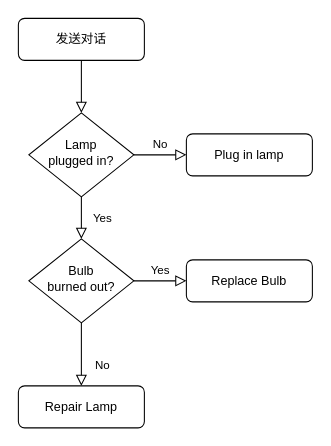
Earlier version of the draw.io diagram 未命名绘图.drawio (Jiiiin/Blog). Source tidied: cells renumbered, new cells numbered last; positions are measured from the earlier drawing's top-left corner, leaving out a move shared by most shapes. Both pictures are drawn from the tidied source at 105%, with x=0, y=0 at pixel (18, 18).
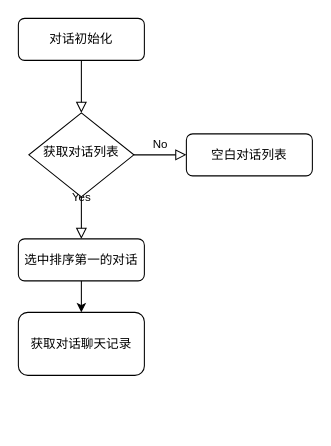
The same page after the edit.

The edit, as a diff of the source:
```diff
@@
 <mxGraphModel>
   <root>
     <mxCell id="0" />
     <mxCell id="1" parent="0" />
     <mxCell id="2" style="rounded=0;html=1;jettySize=auto;fontSize=11;endArrow=block;endFill=0;endSize=8;strokeWidth=1;shadow=0;labelBackgroundColor=none;edgeStyle=orthogonalEdgeStyle;" parent="1" edge="1" source="3" target="6">
       <mxGeometry relative="1" as="geometry" />
     </mxCell>
-    <mxCell id="3" value="发送对话" style="rounded=1;whiteSpace=wrap;html=1;fontSize=12;glass=0;strokeWidth=1;shadow=0;" parent="1" vertex="1">
+    <mxCell id="3" value="对话初始化" style="rounded=1;whiteSpace=wrap;html=1;fontSize=12;glass=0;strokeWidth=1;shadow=0;" parent="1" vertex="1">
       <mxGeometry width="120" height="40" as="geometry" />
     </mxCell>
-    <mxCell id="4" value="Yes" style="rounded=0;html=1;jettySize=auto;fontSize=11;endArrow=block;endFill=0;endSize=8;strokeWidth=1;shadow=0;labelBackgroundColor=none;edgeStyle=orthogonalEdgeStyle;" parent="1" edge="1" source="6" target="10">
-      <mxGeometry y="20" relative="1" as="geometry" />
+    <mxCell id="4" value="Yes" style="rounded=0;html=1;jettySize=auto;fontSize=11;endArrow=block;endFill=0;endSize=8;strokeWidth=1;shadow=0;labelBackgroundColor=none;edgeStyle=orthogonalEdgeStyle;" parent="1" edge="1" source="6">
+      <mxGeometry y="20" relative="1" as="geometry">
+        <mxPoint x="60" y="210" as="targetPoint" />
+      </mxGeometry>
     </mxCell>
     <mxCell id="5" value="No" style="edgeStyle=orthogonalEdgeStyle;rounded=0;html=1;jettySize=auto;fontSize=11;endArrow=block;endFill=0;endSize=8;strokeWidth=1;shadow=0;labelBackgroundColor=none;" parent="1" edge="1" source="6" target="7">
       <mxGeometry y="10" relative="1" as="geometry" />
     </mxCell>
-    <mxCell id="6" value="Lamp&lt;br&gt;plugged in?" style="rhombus;whiteSpace=wrap;html=1;shadow=0;fontFamily=Helvetica;fontSize=12;align=center;strokeWidth=1;spacing=6;spacingTop=-4;" parent="1" vertex="1">
+    <mxCell id="6" value="获取对话列表" style="rhombus;whiteSpace=wrap;html=1;shadow=0;fontFamily=Helvetica;fontSize=12;align=center;strokeWidth=1;spacing=6;spacingTop=-4;" parent="1" vertex="1">
       <mxGeometry x="10" y="90" width="100" height="80" as="geometry" />
     </mxCell>
-    <mxCell id="7" value="Plug in lamp" style="rounded=1;whiteSpace=wrap;html=1;fontSize=12;glass=0;strokeWidth=1;shadow=0;" parent="1" vertex="1">
+    <mxCell id="7" value="空白对话列表" style="rounded=1;whiteSpace=wrap;html=1;fontSize=12;glass=0;strokeWidth=1;shadow=0;" parent="1" vertex="1">
       <mxGeometry x="160" y="110" width="120" height="40" as="geometry" />
     </mxCell>
-    <mxCell id="8" value="No" style="rounded=0;html=1;jettySize=auto;fontSize=11;endArrow=block;endFill=0;endSize=8;strokeWidth=1;shadow=0;labelBackgroundColor=none;edgeStyle=orthogonalEdgeStyle;" parent="1" edge="1" source="10" target="11">
-      <mxGeometry x="0.33" y="20" relative="1" as="geometry" />
-    </mxCell>
-    <mxCell id="9" value="Yes" style="edgeStyle=orthogonalEdgeStyle;rounded=0;html=1;jettySize=auto;fontSize=11;endArrow=block;endFill=0;endSize=8;strokeWidth=1;shadow=0;labelBackgroundColor=none;" parent="1" edge="1" source="10" target="12">
-      <mxGeometry y="10" relative="1" as="geometry" />
-    </mxCell>
-    <mxCell id="10" value="Bulb&lt;br&gt;burned out?" style="rhombus;whiteSpace=wrap;html=1;shadow=0;fontFamily=Helvetica;fontSize=12;align=center;strokeWidth=1;spacing=6;spacingTop=-4;" parent="1" vertex="1">
-      <mxGeometry x="10" y="210" width="100" height="80" as="geometry" />
-    </mxCell>
+    <mxCell id="13" style="edgeStyle=orthogonalEdgeStyle;rounded=0;jettySize=auto;html=1;" parent="1" edge="1" source="11">
+      <mxGeometry relative="1" as="geometry">
+        <mxPoint x="60" y="280" as="targetPoint" />
+      </mxGeometry>
+    </mxCell>
-    <mxCell id="11" value="Repair Lamp" style="rounded=1;whiteSpace=wrap;html=1;fontSize=12;glass=0;strokeWidth=1;shadow=0;" parent="1" vertex="1">
-      <mxGeometry y="350" width="120" height="40" as="geometry" />
+    <mxCell id="11" value="选中排序第一的对话" style="rounded=1;whiteSpace=wrap;html=1;fontSize=12;glass=0;strokeWidth=1;shadow=0;" parent="1" vertex="1">
+      <mxGeometry y="210" width="120" height="40" as="geometry" />
     </mxCell>
-    <mxCell id="12" value="Replace Bulb" style="rounded=1;whiteSpace=wrap;html=1;fontSize=12;glass=0;strokeWidth=1;shadow=0;" parent="1" vertex="1">
-      <mxGeometry x="160" y="230" width="120" height="40" as="geometry" />
-    </mxCell>
+    <mxCell id="14" value="获取对话聊天记录" style="rounded=1;whiteSpace=wrap;html=1;" parent="1" vertex="1">
+      <mxGeometry y="280" width="120" height="60" as="geometry" />
+    </mxCell>
   </root>
 </mxGraphModel>
```
